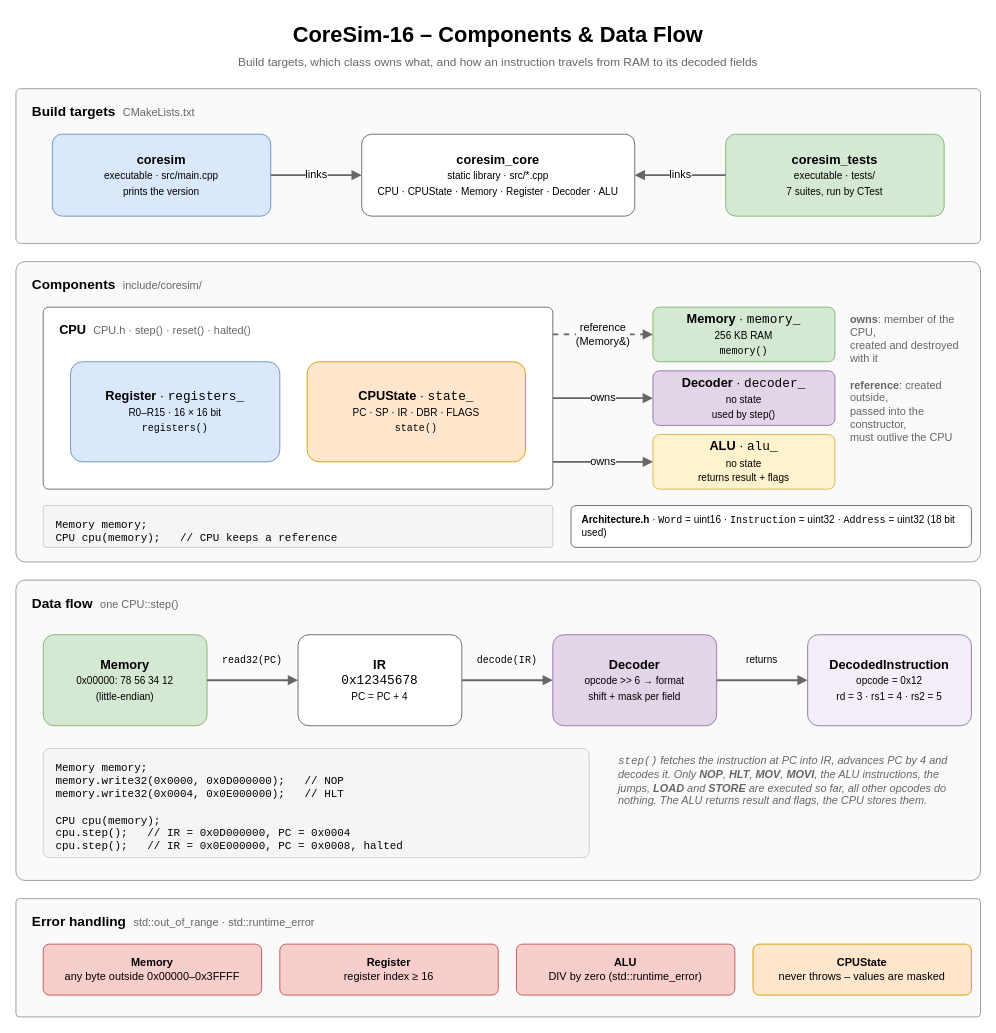
The draw.io diagram diagrams/data-flow.drawio in kpolet2010-hue/CoreSim, before the edit. Source tidied: cells renumbered, new cells numbered last; positions are measured from the earlier drawing's top-left corner, leaving out a move shared by most shapes. Both pictures are drawn from the tidied source at 91%, with x=0, y=0 at pixel (15, 15).
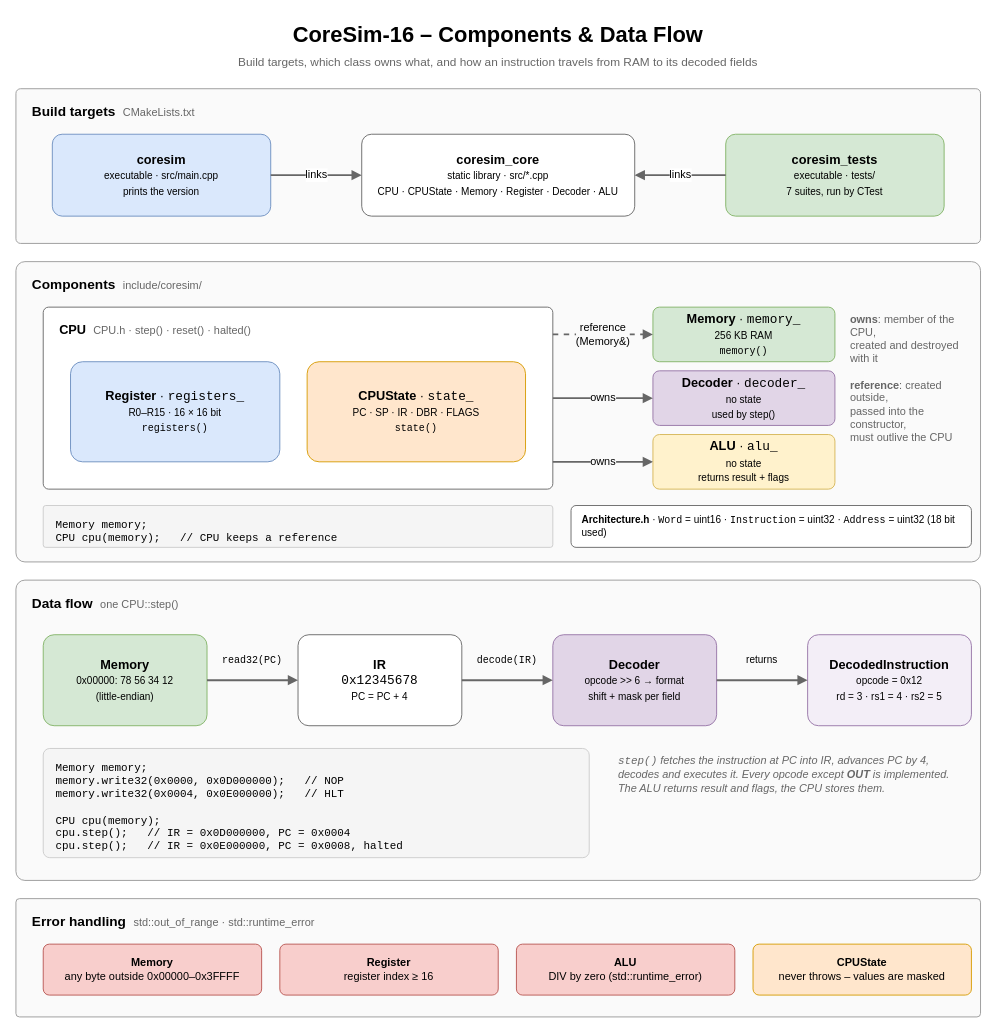
The same page after the edit.

What changed in the source:
```diff
@@
-    <mxCell id="35" value="&lt;i&gt;&lt;code&gt;step()&lt;/code&gt; fetches the instruction at PC into IR, advances PC by 4 and decodes it. Only &lt;b&gt;NOP&lt;/b&gt;, &lt;b&gt;HLT&lt;/b&gt;, &lt;b&gt;MOV&lt;/b&gt;, &lt;b&gt;MOVI&lt;/b&gt;, the ALU instructions, the jumps, &lt;b&gt;LOAD&lt;/b&gt; and &lt;b&gt;STORE&lt;/b&gt; are executed so far, all other opcodes do nothing. The ALU returns result and flags, the CPU stores them.&lt;/i&gt;" style="text;html=1;strokeColor=none;fillColor=none;whiteSpace=wrap;fontFamily=Helvetica;fontSize=12;fontColor=#666666;align=left;" parent="1" vertex="1">
+    <mxCell id="35" value="&lt;i&gt;&lt;code&gt;step()&lt;/code&gt; fetches the instruction at PC into IR, advances PC by 4, decodes and executes it. Every opcode except &lt;b&gt;OUT&lt;/b&gt; is implemented. The ALU returns result and flags, the CPU stores them.&lt;/i&gt;" style="text;html=1;strokeColor=none;fillColor=none;whiteSpace=wrap;fontFamily=Helvetica;fontSize=12;fontColor=#666666;align=left;" parent="1" vertex="1">
       <mxGeometry x="660" y="805" width="380" height="90" as="geometry" />
     </mxCell>
```
